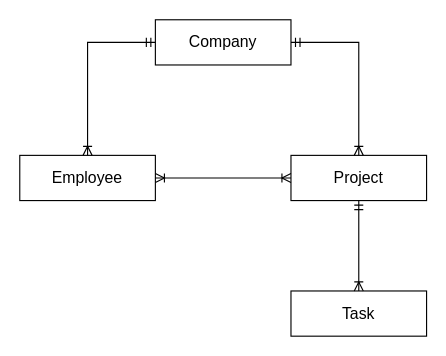
dinhtp/lets-go keeps this draw.io diagram as asset/database-overview.drawio. Above is the earlier version. Source tidied: cells renumbered, new cells numbered last; positions are measured from the earlier drawing's top-left corner, leaving out a move shared by most shapes. Both pictures are drawn from the tidied source at 113%, with x=0, y=0 at pixel (19, 19).
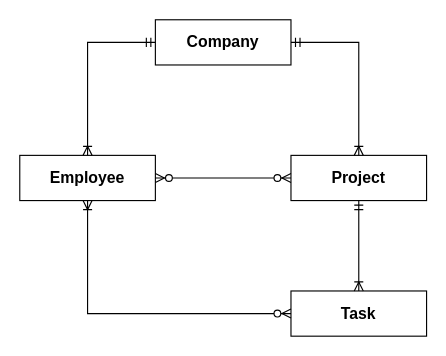
The same diagram, later.

Commit message (it also covers changes not shown here):
Update Diagram and Instruction

The edit, as a diff of the source:
```diff
@@
 <mxGraphModel>
   <root>
     <mxCell id="0" />
     <mxCell id="1" parent="0" />
-    <mxCell id="2" value="Company" style="whiteSpace=wrap;html=1;align=center;fontSize=14;" parent="1" vertex="1">
+    <mxCell id="2" value="Company" style="whiteSpace=wrap;html=1;align=center;fontSize=14;fontStyle=1;" parent="1" vertex="1">
       <mxGeometry x="120" width="120" height="40" as="geometry" />
     </mxCell>
-    <mxCell id="3" value="Project" style="whiteSpace=wrap;html=1;align=center;fontSize=14;" parent="1" vertex="1">
+    <mxCell id="3" value="Project" style="whiteSpace=wrap;html=1;align=center;fontSize=14;fontStyle=1;" parent="1" vertex="1">
       <mxGeometry x="240" y="120" width="120" height="40" as="geometry" />
     </mxCell>
-    <mxCell id="4" value="Employee" style="whiteSpace=wrap;html=1;align=center;fontSize=14;" parent="1" vertex="1">
+    <mxCell id="4" value="Employee" style="whiteSpace=wrap;html=1;align=center;fontSize=14;fontStyle=1;" parent="1" vertex="1">
       <mxGeometry y="120" width="120" height="40" as="geometry" />
     </mxCell>
-    <mxCell id="5" style="fontSize=12;html=1;endArrow=ERoneToMany;startArrow=ERoneToMany;rounded=0;entryX=0;entryY=0.5;entryDx=0;entryDy=0;exitX=1;exitY=0.5;exitDx=0;exitDy=0;" parent="1" edge="1" source="4" target="3">
-      <mxGeometry relative="1" as="geometry" />
-    </mxCell>
     <mxCell id="6" style="fontSize=12;html=1;endArrow=ERoneToMany;startArrow=ERmandOne;rounded=0;entryX=0.5;entryY=0;entryDx=0;entryDy=0;exitX=0;exitY=0.5;exitDx=0;exitDy=0;" parent="1" edge="1" source="2" target="4">
       <mxGeometry relative="1" as="geometry">
         <Array as="points">
           <mxPoint x="60" y="20" />
         </Array>
       </mxGeometry>
     </mxCell>
     <mxCell id="7" style="fontSize=12;html=1;endArrow=ERoneToMany;startArrow=ERmandOne;rounded=0;entryX=0.5;entryY=0;entryDx=0;entryDy=0;exitX=1;exitY=0.5;exitDx=0;exitDy=0;" parent="1" edge="1" source="2" target="3">
       <mxGeometry relative="1" as="geometry">
         <Array as="points">
           <mxPoint x="300" y="20" />
         </Array>
       </mxGeometry>
     </mxCell>
-    <mxCell id="8" value="Task" style="whiteSpace=wrap;html=1;align=center;fontSize=14;" parent="1" vertex="1">
+    <mxCell id="8" value="Task" style="whiteSpace=wrap;html=1;align=center;fontSize=14;fontStyle=1;" parent="1" vertex="1">
       <mxGeometry x="240" y="240" width="120" height="40" as="geometry" />
     </mxCell>
     <mxCell id="9" style="fontSize=12;html=1;endArrow=ERoneToMany;startArrow=ERmandOne;rounded=0;entryX=0.5;entryY=0;entryDx=0;entryDy=0;exitX=0.5;exitY=1;exitDx=0;exitDy=0;" parent="1" edge="1" source="3" target="8">
       <mxGeometry relative="1" as="geometry" />
     </mxCell>
+    <mxCell id="5" style="fontSize=12;html=1;endArrow=ERzeroToMany;endFill=1;startArrow=ERzeroToMany;rounded=0;entryX=0;entryY=0.5;entryDx=0;entryDy=0;exitX=1;exitY=0.5;exitDx=0;exitDy=0;" parent="1" edge="1" source="4" target="3">
+      <mxGeometry relative="1" as="geometry" />
+    </mxCell>
+    <mxCell id="10" style="fontSize=12;html=1;endArrow=ERoneToMany;startArrow=ERzeroToMany;rounded=0;exitX=0;exitY=0.5;exitDx=0;exitDy=0;entryX=0.5;entryY=1;entryDx=0;entryDy=0;" parent="1" edge="1" source="8" target="4">
+      <mxGeometry relative="1" as="geometry">
+        <Array as="points">
+          <mxPoint x="60" y="260" />
+        </Array>
+      </mxGeometry>
+    </mxCell>
   </root>
 </mxGraphModel>
```
